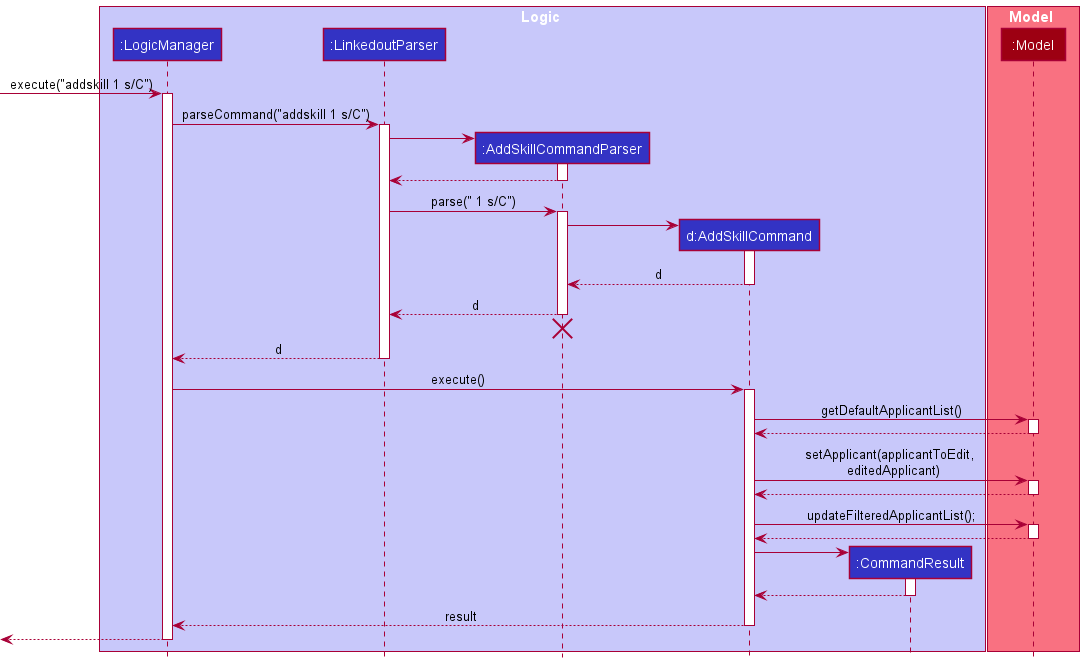
Earlier version of the PlantUML export docs/images/AddSkillCommandSequenceDiagram.png (zzhikai/tp).
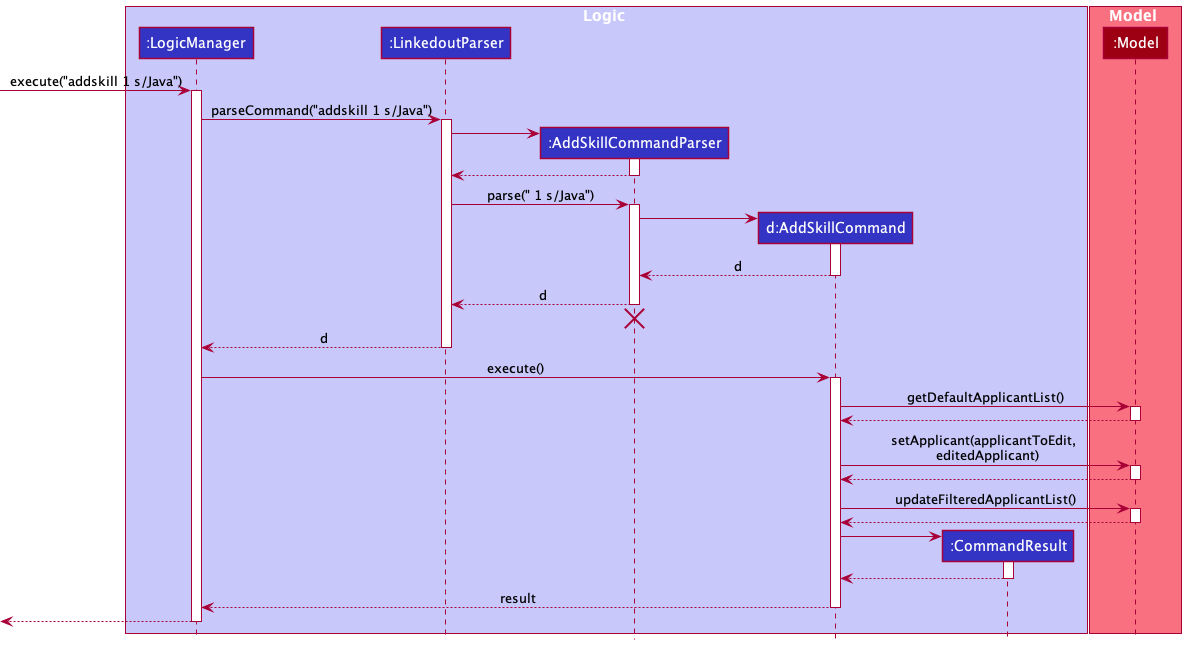
The same file after the commit.

Commit message:
update addSkill sequence diagram and remove semicolons

Diff of the diagram source:
```diff
@@ -13,10 +13,10 @@
 participant ":Model" as Model MODEL_COLOR
 end box
 
-[-> LogicManager : execute("addskill 1 s/C")
+[-> LogicManager : execute("addskill 1 s/Java")
 activate LogicManager
 
-LogicManager -> LinkedoutParser : parseCommand("addskill 1 s/C")
+LogicManager -> LinkedoutParser : parseCommand("addskill 1 s/Java")
 activate LinkedoutParser
 
 create AddSkillCommandParser
@@ -26,7 +26,7 @@
 AddSkillCommandParser --> LinkedoutParser
 deactivate AddSkillCommandParser
 
-LinkedoutParser -> AddSkillCommandParser : parse(" 1 s/C")
+LinkedoutParser -> AddSkillCommandParser : parse(" 1 s/Java")
 activate AddSkillCommandParser
 
 create AddSkillCommand
@@ -59,7 +59,7 @@
 Model --> AddSkillCommand
 deactivate Model
 
-AddSkillCommand -> Model : updateFilteredApplicantList();
+AddSkillCommand -> Model : updateFilteredApplicantList()
 activate Model
 
 Model --> AddSkillCommand
```
